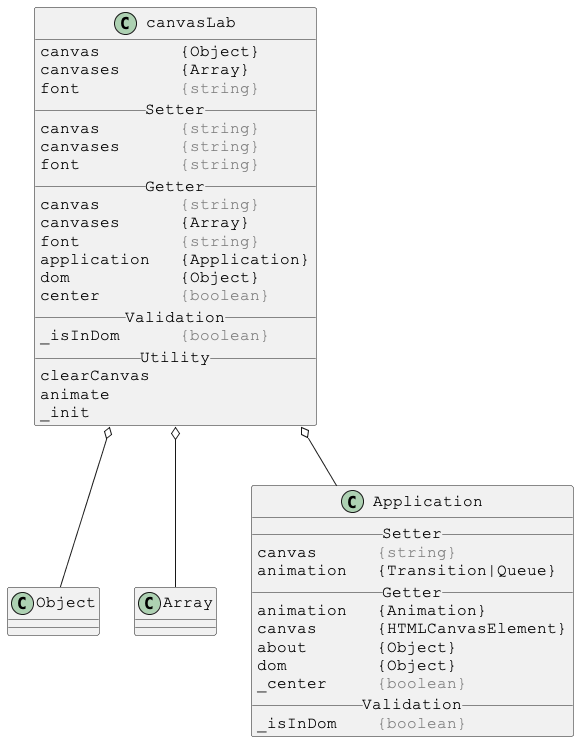
Earlier version of the PlantUML export docs/PlantUml/image/linked/canvasLab-linked.png (Justin-Byrne/canvasLab).
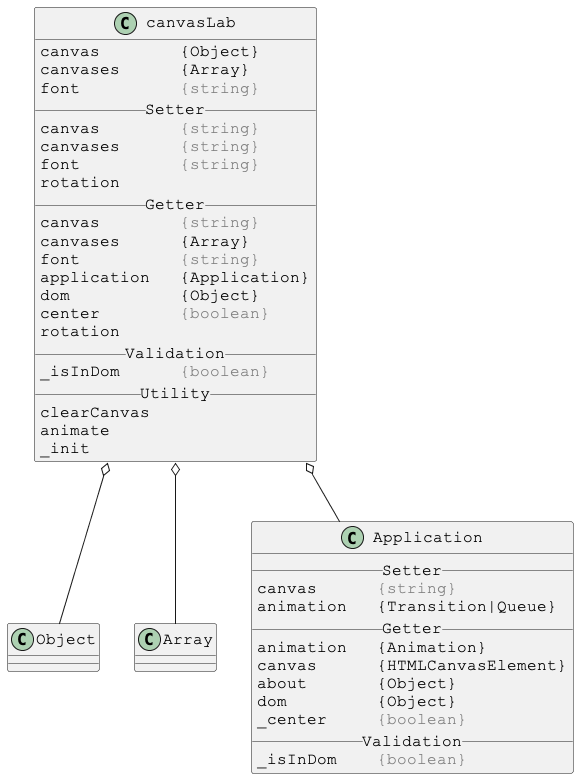
After the change.

Change to the diagram source:
```diff
@@ -11,6 +11,7 @@
 canvas        <color:gray>{string}</color>
 canvases      <color:gray>{string}</color>
 font          <color:gray>{string}</color>
+rotation
 __ Getter __
 canvas        <color:gray>{string}</color>
 canvases      {Array}
@@ -18,6 +19,7 @@
 application   {Application}
 dom           {Object}
 center        <color:gray>{boolean}</color>
+rotation
 __ Validation __
 _isInDom      <color:gray>{boolean}</color>
 __ Utility __
```
